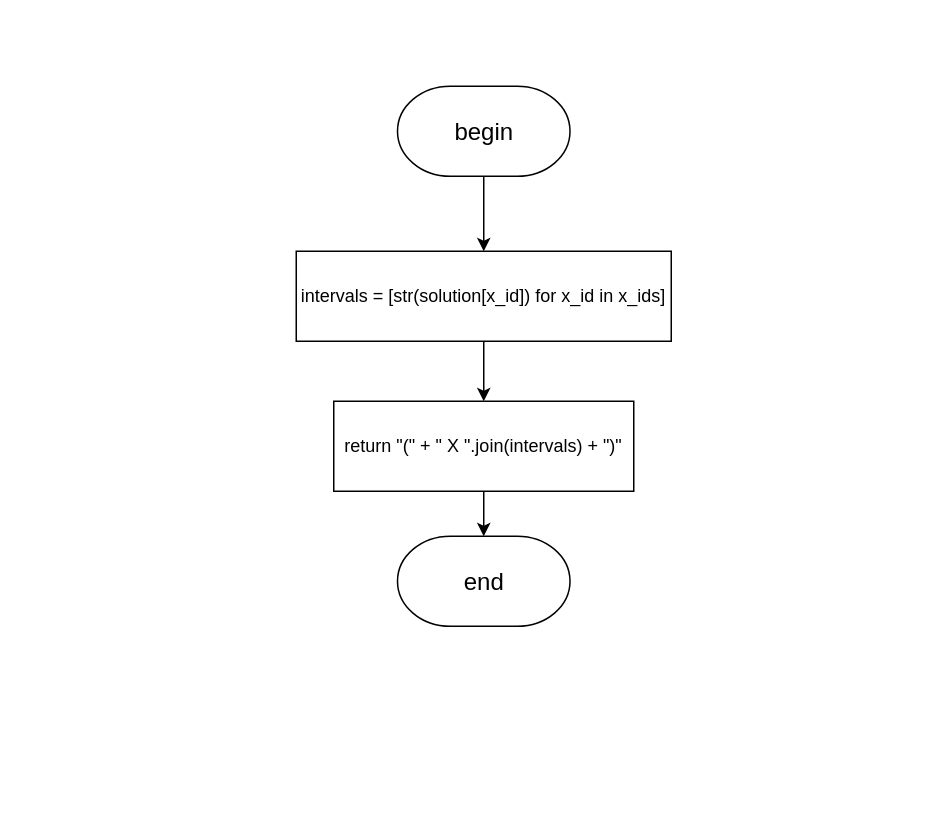
Above: page "solution_to_str" (1 of 15) of lw2/schemes/file_input.drawio in slavikovics/FuzzyInference (draw.io), before the change. Source tidied: cells renumbered, new cells numbered last; positions are measured from the earlier drawing's top-left corner, leaving out a move shared by most shapes. Both pictures are drawn from the tidied source at 150%, with x=0, y=0 at pixel (296, 86).
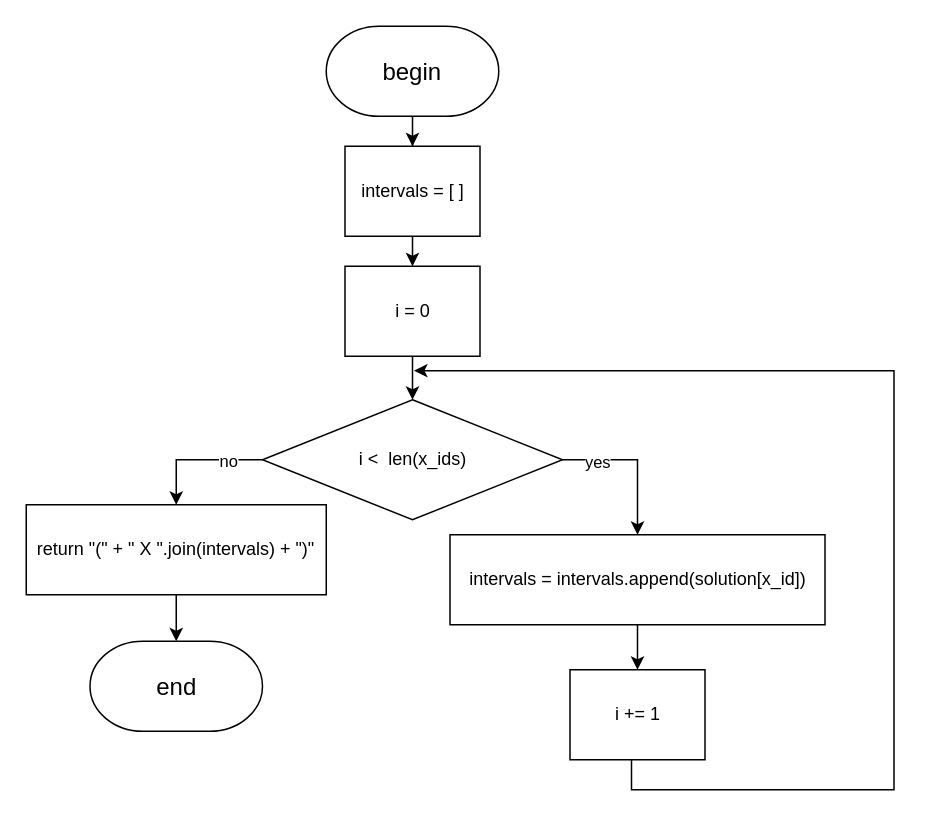
Above is the later version.

What changed in the source:
```diff
@@
-    <mxCell id="2" style="edgeStyle=orthogonalEdgeStyle;rounded=0;jettySize=auto;html=1;" parent="1" edge="1" source="3" target="6">
-      <mxGeometry relative="1" as="geometry" />
+    <mxCell id="2" style="edgeStyle=orthogonalEdgeStyle;rounded=0;orthogonalLoop=1;jettySize=auto;html=1;" parent="1" edge="1">
+      <mxGeometry relative="1" as="geometry">
+        <mxPoint x="35" y="140" as="sourcePoint" />
+      </mxGeometry>
     </mxCell>
-    <mxCell id="3" value="intervals = [str(solution[x_id]) for x_id in x_ids]" style="rounded=0;whiteSpace=wrap;html=1;" parent="1" vertex="1">
-      <mxGeometry y="110" width="250" height="60" as="geometry" />
-    </mxCell>
-    <mxCell id="4" style="edgeStyle=orthogonalEdgeStyle;rounded=0;jettySize=auto;html=1;entryX=0.5;entryY=0;entryDx=0;entryDy=0;" parent="1" edge="1" source="5" target="3">
-      <mxGeometry relative="1" as="geometry" />
+    <mxCell id="4" style="edgeStyle=orthogonalEdgeStyle;rounded=0;orthogonalLoop=1;jettySize=auto;html=1;entryX=0.5;entryY=0;entryDx=0;entryDy=0;" parent="1" edge="1">
+      <mxGeometry relative="1" as="geometry">
+        <mxPoint x="35" y="30" as="sourcePoint" />
+      </mxGeometry>
     </mxCell>
+    <mxCell id="8" style="edgeStyle=orthogonalEdgeStyle;rounded=0;orthogonalLoop=1;jettySize=auto;html=1;entryX=0.5;entryY=0;entryDx=0;entryDy=0;entryPerimeter=0;" parent="1" edge="1">
+      <mxGeometry relative="1" as="geometry">
+        <mxPoint x="35" y="240" as="sourcePoint" />
+      </mxGeometry>
+    </mxCell>
+    <mxCell id="9" style="edgeStyle=orthogonalEdgeStyle;rounded=0;jettySize=auto;html=1;exitX=0.5;exitY=1;exitDx=0;exitDy=0;entryX=0.5;entryY=0;entryDx=0;entryDy=0;" parent="1" edge="1" source="10" target="15">
+      <mxGeometry relative="1" as="geometry" />
+    </mxCell>
+    <mxCell id="10" value="i = 0" style="rounded=0;whiteSpace=wrap;html=1;" parent="1" vertex="1">
+      <mxGeometry x="32.5" y="120" width="90" height="60" as="geometry" />
+    </mxCell>
+    <mxCell id="11" style="edgeStyle=orthogonalEdgeStyle;rounded=0;jettySize=auto;html=1;exitX=1;exitY=0.5;exitDx=0;exitDy=0;" parent="1" edge="1" source="15" target="20">
+      <mxGeometry relative="1" as="geometry" />
+    </mxCell>
+    <mxCell id="12" value="yes" style="edgeLabel;html=1;align=center;verticalAlign=middle;" parent="11" vertex="1">
+      <mxGeometry x="-0.54" y="-1" relative="1" as="geometry" />
+    </mxCell>
+    <mxCell id="13" style="edgeStyle=orthogonalEdgeStyle;rounded=0;jettySize=auto;html=1;exitX=0;exitY=0.5;exitDx=0;exitDy=0;" parent="1" edge="1" source="15" target="6">
+      <mxGeometry relative="1" as="geometry" />
+    </mxCell>
+    <mxCell id="14" value="no" style="edgeLabel;html=1;align=center;verticalAlign=middle;" parent="13" vertex="1">
+      <mxGeometry x="-0.47" y="-3" relative="1" as="geometry">
+        <mxPoint y="3" as="offset" />
+      </mxGeometry>
+    </mxCell>
+    <mxCell id="15" value="i &amp;lt;&amp;nbsp; len(x_ids)" style="rhombus;whiteSpace=wrap;html=1;" parent="1" vertex="1">
+      <mxGeometry x="-22.5" y="209" width="200" height="80" as="geometry" />
+    </mxCell>
+    <mxCell id="16" style="edgeStyle=orthogonalEdgeStyle;rounded=0;jettySize=auto;html=1;exitX=0.5;exitY=1;exitDx=0;exitDy=0;entryX=0.5;entryY=0;entryDx=0;entryDy=0;" parent="1" edge="1" source="17" target="10">
+      <mxGeometry relative="1" as="geometry" />
+    </mxCell>
+    <mxCell id="17" value="intervals = [ ]" style="rounded=0;whiteSpace=wrap;html=1;" parent="1" vertex="1">
+      <mxGeometry x="32.5" y="40" width="90" height="60" as="geometry" />
+    </mxCell>
+    <mxCell id="18" style="edgeStyle=orthogonalEdgeStyle;rounded=0;jettySize=auto;html=1;exitX=0.5;exitY=1;exitDx=0;exitDy=0;exitPerimeter=0;" parent="1" edge="1" source="5" target="17">
+      <mxGeometry relative="1" as="geometry" />
+    </mxCell>
     <mxCell id="5" value="&lt;font style=&quot;font-size: 16px;&quot;&gt;begin&lt;/font&gt;" style="strokeWidth=1;html=1;shape=mxgraph.flowchart.terminator;whiteSpace=wrap;" parent="1" vertex="1">
-      <mxGeometry x="67.5" width="115" height="60" as="geometry" />
+      <mxGeometry x="20" y="-40" width="115" height="60" as="geometry" />
     </mxCell>
+    <mxCell id="19" style="edgeStyle=orthogonalEdgeStyle;rounded=0;jettySize=auto;html=1;exitX=0.5;exitY=1;exitDx=0;exitDy=0;entryX=0.5;entryY=0;entryDx=0;entryDy=0;" parent="1" edge="1" source="20" target="23">
+      <mxGeometry relative="1" as="geometry" />
+    </mxCell>
+    <mxCell id="20" value="intervals = intervals.append(solution[x_id])" style="rounded=0;whiteSpace=wrap;html=1;" parent="1" vertex="1">
+      <mxGeometry x="102.5" y="299" width="250" height="60" as="geometry" />
+    </mxCell>
+    <mxCell id="21" style="edgeStyle=orthogonalEdgeStyle;rounded=0;jettySize=auto;html=1;exitX=0.5;exitY=1;exitDx=0;exitDy=0;" parent="1" edge="1" source="6" target="7">
+      <mxGeometry relative="1" as="geometry" />
+    </mxCell>
     <mxCell id="6" value="return &quot;(&quot; + &quot; X &quot;.join(intervals) + &quot;)&quot;" style="rounded=0;whiteSpace=wrap;html=1;" parent="1" vertex="1">
-      <mxGeometry x="25" y="210" width="200" height="60" as="geometry" />
+      <mxGeometry x="-180" y="279" width="200" height="60" as="geometry" />
     </mxCell>
     <mxCell id="7" value="&lt;font style=&quot;font-size: 16px;&quot;&gt;end&lt;/font&gt;" style="strokeWidth=1;html=1;shape=mxgraph.flowchart.terminator;whiteSpace=wrap;" parent="1" vertex="1">
-      <mxGeometry x="67.5" y="300" width="115" height="60" as="geometry" />
+      <mxGeometry x="-137.5" y="370" width="115" height="60" as="geometry" />
     </mxCell>
-    <mxCell id="8" style="edgeStyle=orthogonalEdgeStyle;rounded=0;jettySize=auto;html=1;entryX=0.5;entryY=0;entryDx=0;entryDy=0;entryPerimeter=0;" parent="1" edge="1" source="6" target="7">
-      <mxGeometry relative="1" as="geometry" />
-    </mxCell>
+    <mxCell id="22" style="edgeStyle=orthogonalEdgeStyle;rounded=0;orthogonalLoop=1;jettySize=auto;html=1;exitX=0.5;exitY=1;exitDx=0;exitDy=0;" parent="1" edge="1">
+      <mxGeometry relative="1" as="geometry">
+        <mxPoint x="223.5" y="449" as="sourcePoint" />
+        <mxPoint x="78.5" y="189.6" as="targetPoint" />
+        <Array as="points">
+          <mxPoint x="223.5" y="469" />
+          <mxPoint x="398.5" y="469" />
+          <mxPoint x="398.5" y="190" />
+        </Array>
+      </mxGeometry>
+    </mxCell>
+    <mxCell id="23" value="i += 1" style="rounded=0;whiteSpace=wrap;html=1;" parent="1" vertex="1">
+      <mxGeometry x="182.5" y="389" width="90" height="60" as="geometry" />
+    </mxCell>
```
